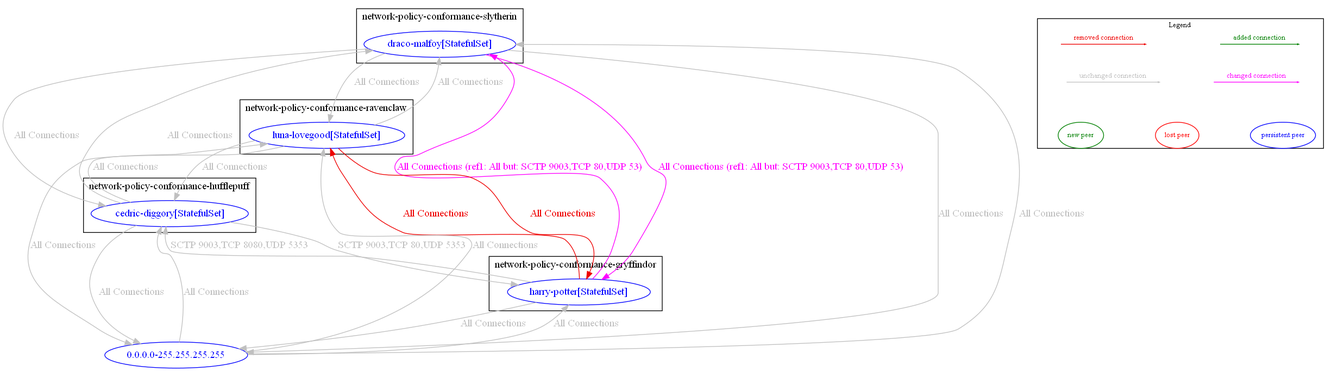
Earlier version of the Graphviz export test_outputs/diff/diff_between_anp_test_9_swapping_rules_and_anp_test_9.dot.png (np-guard/netpol-analyzer). Its source is kept beside it as test_outputs/diff/diff_between_anp_test_9_swapping_rules_and_anp_test_9.dot. Its diagram source:
```dot
digraph {
	subgraph cluster_network_policy_conformance_gryffindor {
		"network-policy-conformance-gryffindor/harry-potter[StatefulSet]" [label="harry-potter[StatefulSet]" color="blue" fontcolor="blue"]
		label="network-policy-conformance-gryffindor"
	}
	subgraph cluster_network_policy_conformance_hufflepuff {
		"network-policy-conformance-hufflepuff/cedric-diggory[StatefulSet]" [label="cedric-diggory[StatefulSet]" color="blue" fontcolor="blue"]
		label="network-policy-conformance-hufflepuff"
	}
	subgraph cluster_network_policy_conformance_ravenclaw {
		"network-policy-conformance-ravenclaw/luna-lovegood[StatefulSet]" [label="luna-lovegood[StatefulSet]" color="blue" fontcolor="blue"]
		label="network-policy-conformance-ravenclaw"
	}
	subgraph cluster_network_policy_conformance_slytherin {
		"network-policy-conformance-slytherin/draco-malfoy[StatefulSet]" [label="draco-malfoy[StatefulSet]" color="blue" fontcolor="blue"]
		label="network-policy-conformance-slytherin"
	}
	"0.0.0.0-255.255.255.255" [label="0.0.0.0-255.255.255.255" color="blue" fontcolor="blue"]
	"0.0.0.0-255.255.255.255" -> "network-policy-conformance-gryffindor/harry-potter[StatefulSet]" [label="All Connections" color="grey" fontcolor="grey" weight=0.5]
	"0.0.0.0-255.255.255.255" -> "network-policy-conformance-hufflepuff/cedric-diggory[StatefulSet]" [label="All Connections" color="grey" fontcolor="grey" weight=0.5]
	"0.0.0.0-255.255.255.255" -> "network-policy-conformance-ravenclaw/luna-lovegood[StatefulSet]" [label="All Connections" color="grey" fontcolor="grey" weight=0.5]
	"0.0.0.0-255.255.255.255" -> "network-policy-conformance-slytherin/draco-malfoy[StatefulSet]" [label="All Connections" color="grey" fontcolor="grey" weight=0.5]
	"network-policy-conformance-gryffindor/harry-potter[StatefulSet]" -> "0.0.0.0-255.255.255.255" [label="All Connections" color="grey" fontcolor="grey" weight=1]
	"network-policy-conformance-gryffindor/harry-potter[StatefulSet]" -> "network-policy-conformance-hufflepuff/cedric-diggory[StatefulSet]" [label="SCTP 9003,TCP 8080,UDP 5353" color="grey" fontcolor="grey" weight=0.5]
	"network-policy-conformance-gryffindor/harry-potter[StatefulSet]" -> "network-policy-conformance-ravenclaw/luna-lovegood[StatefulSet]" [label="All Connections" color="red2" fontcolor="red2" weight=0.5]
	"network-policy-conformance-gryffindor/harry-potter[StatefulSet]" -> "network-policy-conformance-slytherin/draco-malfoy[StatefulSet]" [label="All Connections (ref1: All but: SCTP 9003,TCP 80,UDP 53)" color="magenta" fontcolor="magenta" weight=0.5]
	"network-policy-conformance-hufflepuff/cedric-diggory[StatefulSet]" -> "0.0.0.0-255.255.255.255" [label="All Connections" color="grey" fontcolor="grey" weight=1]
	"network-policy-conformance-hufflepuff/cedric-diggory[StatefulSet]" -> "network-policy-conformance-gryffindor/harry-potter[StatefulSet]" [label="SCTP 9003,TCP 80,UDP 5353" color="grey" fontcolor="grey" weight=1]
	"network-policy-conformance-hufflepuff/cedric-diggory[StatefulSet]" -> "network-policy-conformance-ravenclaw/luna-lovegood[StatefulSet]" [label="All Connections" color="grey" fontcolor="grey" weight=0.5]
	"network-policy-conformance-hufflepuff/cedric-diggory[StatefulSet]" -> "network-policy-conformance-slytherin/draco-malfoy[StatefulSet]" [label="All Connections" color="grey" fontcolor="grey" weight=0.5]
	"network-policy-conformance-ravenclaw/luna-lovegood[StatefulSet]" -> "0.0.0.0-255.255.255.255" [label="All Connections" color="grey" fontcolor="grey" weight=1]
	"network-policy-conformance-ravenclaw/luna-lovegood[StatefulSet]" -> "network-policy-conformance-gryffindor/harry-potter[StatefulSet]" [label="All Connections" color="red2" fontcolor="red2" weight=1]
	"network-policy-conformance-ravenclaw/luna-lovegood[StatefulSet]" -> "network-policy-conformance-hufflepuff/cedric-diggory[StatefulSet]" [label="All Connections" color="grey" fontcolor="grey" weight=1]
	"network-policy-conformance-ravenclaw/luna-lovegood[StatefulSet]" -> "network-policy-conformance-slytherin/draco-malfoy[StatefulSet]" [label="All Connections" color="grey" fontcolor="grey" weight=0.5]
	"network-policy-conformance-slytherin/draco-malfoy[StatefulSet]" -> "0.0.0.0-255.255.255.255" [label="All Connections" color="grey" fontcolor="grey" weight=1]
	"network-policy-conformance-slytherin/draco-malfoy[StatefulSet]" -> "network-policy-conformance-gryffindor/harry-potter[StatefulSet]" [label="All Connections (ref1: All but: SCTP 9003,TCP 80,UDP 53)" color="magenta" fontcolor="magenta" weight=1]
	"network-policy-conformance-slytherin/draco-malfoy[StatefulSet]" -> "network-policy-conformance-hufflepuff/cedric-diggory[StatefulSet]" [label="All Connections" color="grey" fontcolor="grey" weight=1]
	"network-policy-conformance-slytherin/draco-malfoy[StatefulSet]" -> "network-policy-conformance-ravenclaw/luna-lovegood[StatefulSet]" [label="All Connections" color="grey" fontcolor="grey" weight=1]
	nodesep=0.5
	subgraph cluster_legend {
		label="Legend"
		fontsize = 10
		margin=0
		a [style=invis height=0 width=0]
		b [style=invis height=0 width=0]
		c [style=invis height=0 width=0]
		d [style=invis height=0 width=0]
		e [style=invis height=0 width=0]
		f [style=invis height=0 width=0]
		g [style=invis height=0 width=0]
		h [style=invis height=0 width=0]
		{rank=source a b c d}
		{rank=same e f g h}
		a -> b [label="added connection", color="#008000" fontcolor="#008000" fontsize = 10 arrowsize=0.2]
		c -> d [label="removed connection", color="red2" fontcolor="red2" fontsize = 10 arrowsize=0.2]
		e -> f [label="changed connection", color="magenta" fontcolor="magenta" fontsize = 10 arrowsize=0.2]
		g -> h [label="unchanged connection", color="grey" fontcolor="grey" fontsize = 10 arrowsize=0.2]
		np [label="new peer" color="#008000" fontcolor="#008000" fontsize = 10]
		lp [label="lost peer" color="red" fontcolor="red" fontsize = 10]
		pp [label="persistent peer" color="blue" fontcolor="blue" fontsize = 10]
		{rank=sink np lp pp}
		np->lp [style=invis]
		lp->pp [style=invis]
	}
}
```
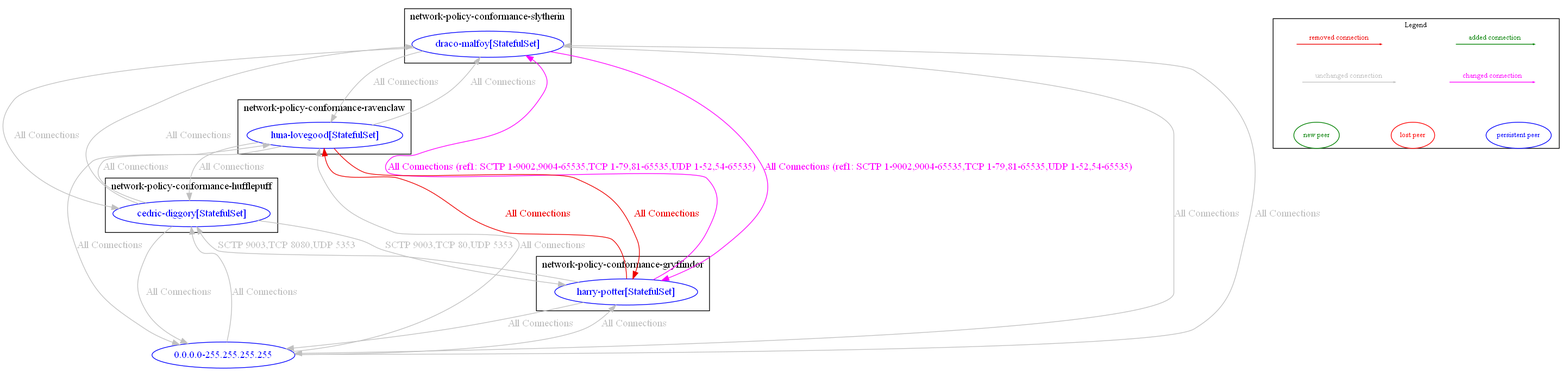
Above is the later version.

Diff of the diagram source:
```diff
@@ -23,7 +23,7 @@
 	"network-policy-conformance-gryffindor/harry-potter[StatefulSet]" -> "0.0.0.0-255.255.255.255" [label="All Connections" color="grey" fontcolor="grey" weight=1]
 	"network-policy-conformance-gryffindor/harry-potter[StatefulSet]" -> "network-policy-conformance-hufflepuff/cedric-diggory[StatefulSet]" [label="SCTP 9003,TCP 8080,UDP 5353" color="grey" fontcolor="grey" weight=0.5]
 	"network-policy-conformance-gryffindor/harry-potter[StatefulSet]" -> "network-policy-conformance-ravenclaw/luna-lovegood[StatefulSet]" [label="All Connections" color="red2" fontcolor="red2" weight=0.5]
-	"network-policy-conformance-gryffindor/harry-potter[StatefulSet]" -> "network-policy-conformance-slytherin/draco-malfoy[StatefulSet]" [label="All Connections (ref1: All but: SCTP 9003,TCP 80,UDP 53)" color="magenta" fontcolor="magenta" weight=0.5]
+	"network-policy-conformance-gryffindor/harry-potter[StatefulSet]" -> "network-policy-conformance-slytherin/draco-malfoy[StatefulSet]" [label="All Connections (ref1: SCTP 1-9002,9004-65535,TCP 1-79,81-65535,UDP 1-52,54-65535)" color="magenta" fontcolor="magenta" weight=0.5]
 	"network-policy-conformance-hufflepuff/cedric-diggory[StatefulSet]" -> "0.0.0.0-255.255.255.255" [label="All Connections" color="grey" fontcolor="grey" weight=1]
 	"network-policy-conformance-hufflepuff/cedric-diggory[StatefulSet]" -> "network-policy-conformance-gryffindor/harry-potter[StatefulSet]" [label="SCTP 9003,TCP 80,UDP 5353" color="grey" fontcolor="grey" weight=1]
 	"network-policy-conformance-hufflepuff/cedric-diggory[StatefulSet]" -> "network-policy-conformance-ravenclaw/luna-lovegood[StatefulSet]" [label="All Connections" color="grey" fontcolor="grey" weight=0.5]
@@ -33,7 +33,7 @@
 	"network-policy-conformance-ravenclaw/luna-lovegood[StatefulSet]" -> "network-policy-conformance-hufflepuff/cedric-diggory[StatefulSet]" [label="All Connections" color="grey" fontcolor="grey" weight=1]
 	"network-policy-conformance-ravenclaw/luna-lovegood[StatefulSet]" -> "network-policy-conformance-slytherin/draco-malfoy[StatefulSet]" [label="All Connections" color="grey" fontcolor="grey" weight=0.5]
 	"network-policy-conformance-slytherin/draco-malfoy[StatefulSet]" -> "0.0.0.0-255.255.255.255" [label="All Connections" color="grey" fontcolor="grey" weight=1]
-	"network-policy-conformance-slytherin/draco-malfoy[StatefulSet]" -> "network-policy-conformance-gryffindor/harry-potter[StatefulSet]" [label="All Connections (ref1: All but: SCTP 9003,TCP 80,UDP 53)" color="magenta" fontcolor="magenta" weight=1]
+	"network-policy-conformance-slytherin/draco-malfoy[StatefulSet]" -> "network-policy-conformance-gryffindor/harry-potter[StatefulSet]" [label="All Connections (ref1: SCTP 1-9002,9004-65535,TCP 1-79,81-65535,UDP 1-52,54-65535)" color="magenta" fontcolor="magenta" weight=1]
 	"network-policy-conformance-slytherin/draco-malfoy[StatefulSet]" -> "network-policy-conformance-hufflepuff/cedric-diggory[StatefulSet]" [label="All Connections" color="grey" fontcolor="grey" weight=1]
 	"network-policy-conformance-slytherin/draco-malfoy[StatefulSet]" -> "network-policy-conformance-ravenclaw/luna-lovegood[StatefulSet]" [label="All Connections" color="grey" fontcolor="grey" weight=1]
 	nodesep=0.5
```
